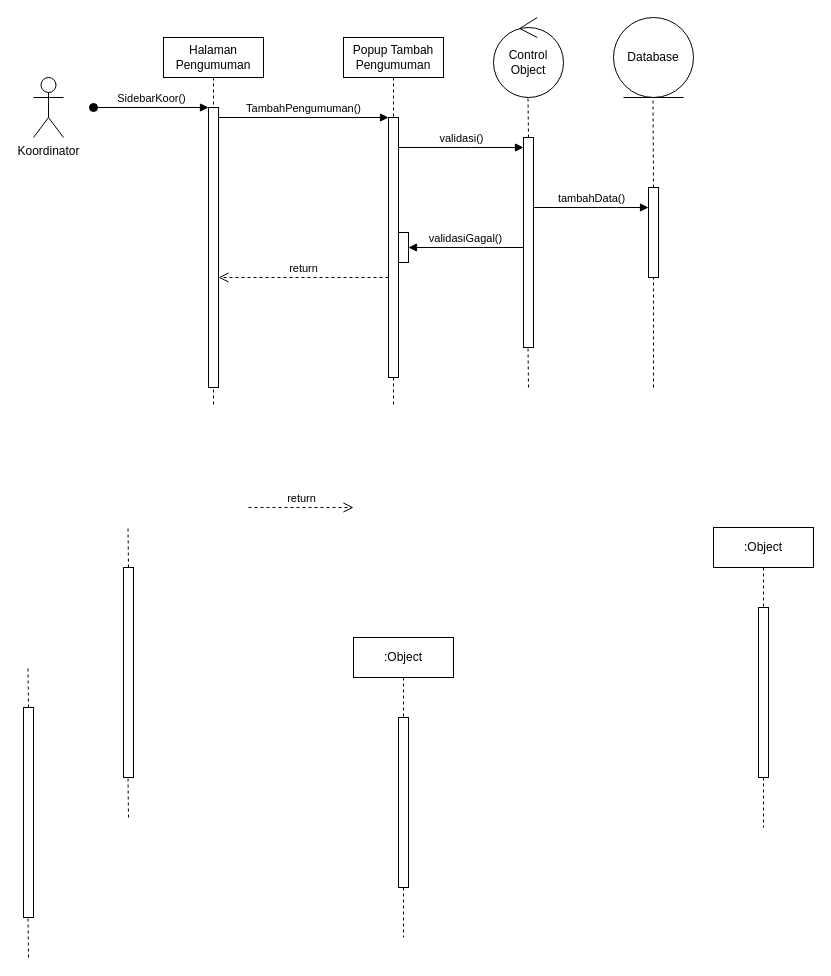
Earlier version of the draw.io diagram Website Bimbingan Online/Sequence Diagram/pengumuman.drawio (BagusCPaste/draw.io). Source tidied: cells renumbered, new cells numbered last; positions are measured from the earlier drawing's top-left corner, leaving out a move shared by most shapes. Both pictures are drawn from the tidied source at 100%, with x=0, y=0 at pixel (23, 17).
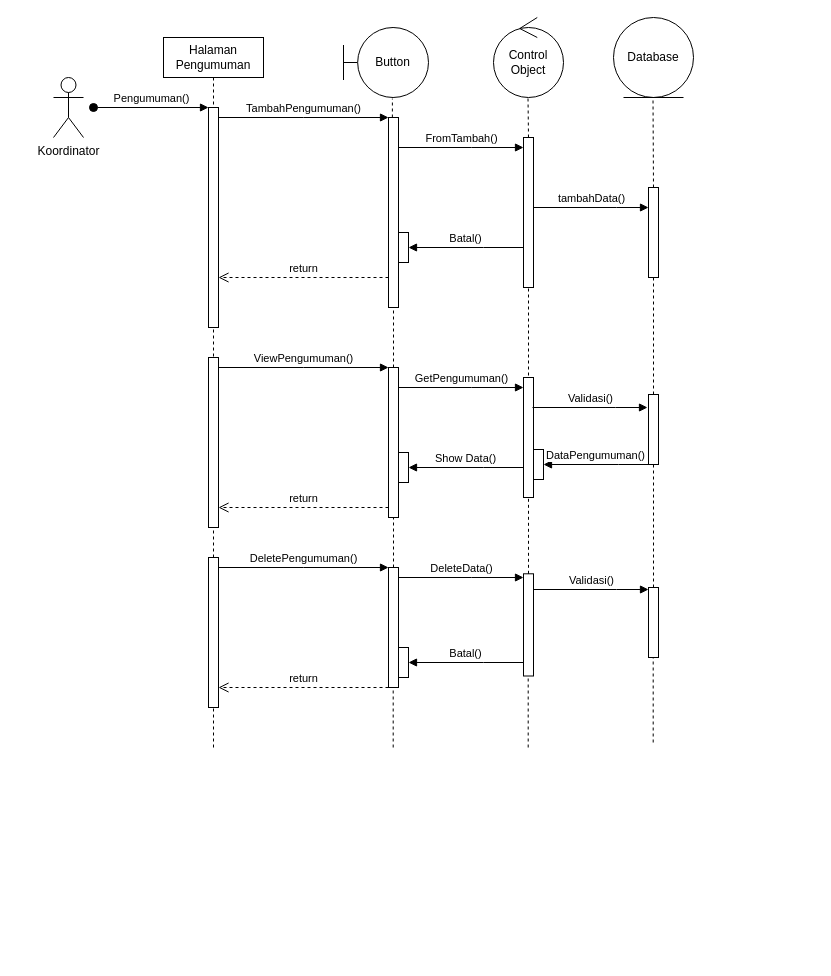
The same diagram, later.

Unchanged cells that the change refers to:
```xml
<mxCell id="2" value="Halaman Pengumuman" style="shape=umlLifeline;perimeter=lifelinePerimeter;whiteSpace=wrap;html=1;newEdgeStyle={&quot;edgeStyle&quot;:&quot;elbowEdgeStyle&quot;,&quot;elbow&quot;:&quot;vertical&quot;,&quot;curved&quot;:0,&quot;rounded&quot;:0};" parent="1" vertex="1">
  <mxGeometry x="140" y="20" width="100" height="370" as="geometry" />
</mxCell>
<mxCell id="19" style="group;" parent="18" vertex="1">
  <mxGeometry y="40" width="10" height="250" as="geometry" />
</mxCell>
```

What changed in the source:
```diff
@@
     <mxCell id="3" style="html=1;points=[];perimeter=orthogonalPerimeter;outlineConnect=0;targetShapes=umlLifeline;portConstraint=eastwest;newEdgeStyle={&quot;edgeStyle&quot;:&quot;elbowEdgeStyle&quot;,&quot;elbow&quot;:&quot;vertical&quot;,&quot;curved&quot;:0,&quot;rounded&quot;:0};" parent="2" vertex="1">
-      <mxGeometry x="45" y="70" width="10" height="280" as="geometry" />
+      <mxGeometry x="45" y="70" width="10" height="220" as="geometry" />
     </mxCell>
-    <mxCell id="4" value="SidebarKoor()" style="html=1;verticalAlign=bottom;startArrow=oval;endArrow=block;startSize=8;edgeStyle=elbowEdgeStyle;elbow=vertical;curved=0;rounded=0;" parent="2" edge="1" target="3">
+    <mxCell id="4" value="Pengumuman()" style="html=1;verticalAlign=bottom;startArrow=oval;endArrow=block;startSize=8;edgeStyle=elbowEdgeStyle;elbow=vertical;curved=0;rounded=0;" parent="2" edge="1" target="3">
       <mxGeometry relative="1" as="geometry">
         <mxPoint x="-70" y="70" as="sourcePoint" />
       </mxGeometry>
     </mxCell>
-    <mxCell id="5" value="Popup Tambah Pengumuman" style="shape=umlLifeline;perimeter=lifelinePerimeter;whiteSpace=wrap;html=1;newEdgeStyle={&quot;edgeStyle&quot;:&quot;elbowEdgeStyle&quot;,&quot;elbow&quot;:&quot;vertical&quot;,&quot;curved&quot;:0,&quot;rounded&quot;:0};" parent="1" vertex="1">
-      <mxGeometry x="320" y="20" width="100" height="370" as="geometry" />
-    </mxCell>
-    <mxCell id="6" style="html=1;points=[];perimeter=orthogonalPerimeter;outlineConnect=0;targetShapes=umlLifeline;portConstraint=eastwest;newEdgeStyle={&quot;edgeStyle&quot;:&quot;elbowEdgeStyle&quot;,&quot;elbow&quot;:&quot;vertical&quot;,&quot;curved&quot;:0,&quot;rounded&quot;:0};" parent="5" vertex="1">
-      <mxGeometry x="45" y="80" width="10" height="260" as="geometry" />
-    </mxCell>
-    <mxCell id="7" style="html=1;points=[[0,0,0,0,5],[0,1,0,0,-5],[1,0,0,0,5],[1,1,0,0,-5]];perimeter=orthogonalPerimeter;outlineConnect=0;targetShapes=umlLifeline;portConstraint=eastwest;newEdgeStyle={&quot;curved&quot;:0,&quot;rounded&quot;:0};" parent="5" vertex="1">
-      <mxGeometry x="55" y="195" width="10" height="30" as="geometry" />
-    </mxCell>
@@
-    <mxCell id="10" value="return" style="html=1;verticalAlign=bottom;endArrow=open;dashed=1;endSize=8;edgeStyle=elbowEdgeStyle;elbow=vertical;curved=0;rounded=0;" parent="1" edge="1">
-      <mxGeometry relative="1" as="geometry">
-        <mxPoint x="225" y="490" as="sourcePoint" />
-        <mxPoint x="330" y="490" as="targetPoint" />
-        <Array as="points">
-          <mxPoint x="245" y="490" />
-        </Array>
-      </mxGeometry>
-    </mxCell>
     <mxCell id="11" value="Koordinator" style="shape=umlActor;verticalLabelPosition=bottom;verticalAlign=top;html=1;" parent="1" vertex="1">
-      <mxGeometry x="10" y="60" width="30" height="60" as="geometry" />
+      <mxGeometry x="30" y="60" width="30" height="60" as="geometry" />
     </mxCell>
-    <mxCell id="12" value=":Object" style="shape=umlLifeline;perimeter=lifelinePerimeter;whiteSpace=wrap;html=1;newEdgeStyle={&quot;edgeStyle&quot;:&quot;elbowEdgeStyle&quot;,&quot;elbow&quot;:&quot;vertical&quot;,&quot;curved&quot;:0,&quot;rounded&quot;:0};" parent="1" vertex="1">
-      <mxGeometry x="330" y="620" width="100" height="300" as="geometry" />
-    </mxCell>
-    <mxCell id="13" style="html=1;perimeter=orthogonalPerimeter;targetShapes=umlLifeline;newEdgeStyle={&quot;edgeStyle&quot;:&quot;elbowEdgeStyle&quot;,&quot;elbow&quot;:&quot;vertical&quot;,&quot;curved&quot;:0,&quot;rounded&quot;:0};" parent="12" vertex="1">
-      <mxGeometry x="45" y="80" width="10" height="170" as="geometry" />
-    </mxCell>
-    <mxCell id="14" value=":Object" style="shape=umlLifeline;perimeter=lifelinePerimeter;whiteSpace=wrap;html=1;newEdgeStyle={&quot;edgeStyle&quot;:&quot;elbowEdgeStyle&quot;,&quot;elbow&quot;:&quot;vertical&quot;,&quot;curved&quot;:0,&quot;rounded&quot;:0};" parent="1" vertex="1">
-      <mxGeometry x="690" y="510" width="100" height="300" as="geometry" />
-    </mxCell>
-    <mxCell id="15" style="html=1;perimeter=orthogonalPerimeter;targetShapes=umlLifeline;newEdgeStyle={&quot;edgeStyle&quot;:&quot;elbowEdgeStyle&quot;,&quot;elbow&quot;:&quot;vertical&quot;,&quot;curved&quot;:0,&quot;rounded&quot;:0};" parent="14" vertex="1">
-      <mxGeometry x="45" y="80" width="10" height="170" as="geometry" />
-    </mxCell>
@@
     <mxCell id="20" style="html=1;points=[[0,0,0,0,5],[0,1,0,0,-5],[1,0,0,0,5],[1,1,0,0,-5]];perimeter=orthogonalPerimeter;outlineConnect=0;targetShapes=umlLifeline;portConstraint=eastwest;newEdgeStyle={&quot;curved&quot;:0,&quot;rounded&quot;:0};" parent="19" vertex="1">
-      <mxGeometry width="10" height="210" as="geometry" />
+      <mxGeometry width="10" height="150" as="geometry" />
     </mxCell>
-    <mxCell id="21" style="endArrow=none;dashed=1;html=1;rounded=0;" parent="19" edge="1">
+    <mxCell id="21" style="endArrow=none;dashed=1;html=1;rounded=0;" parent="19" edge="1" target="20">
       <mxGeometry relative="1" as="geometry">
         <mxPoint x="5" y="250" as="sourcePoint" />
-        <mxPoint x="4.5" y="210" as="targetPoint" />
       </mxGeometry>
     </mxCell>
@@
-    <mxCell id="23" style="group;" parent="1" vertex="1">
-      <mxGeometry y="650" width="10" height="290" as="geometry" />
-    </mxCell>
-    <mxCell id="24" style="group;" parent="23" vertex="1">
-      <mxGeometry y="40" width="10" height="250" as="geometry" />
-    </mxCell>
-    <mxCell id="25" style="html=1;perimeter=orthogonalPerimeter;targetShapes=umlLifeline;newEdgeStyle={&quot;curved&quot;:0,&quot;rounded&quot;:0};" parent="24" vertex="1">
-      <mxGeometry width="10" height="210" as="geometry" />
-    </mxCell>
-    <mxCell id="26" style="endArrow=none;dashed=1;html=1;rounded=0;" parent="24" edge="1">
-      <mxGeometry relative="1" as="geometry">
-        <mxPoint x="5" y="250" as="sourcePoint" />
-        <mxPoint x="4.5" y="210" as="targetPoint" />
-      </mxGeometry>
-    </mxCell>
-    <mxCell id="27" style="endArrow=none;dashed=1;html=1;rounded=0;" parent="23" edge="1">
-      <mxGeometry relative="1" as="geometry">
-        <mxPoint x="5" y="40" as="sourcePoint" />
-        <mxPoint x="4.5" as="targetPoint" />
-      </mxGeometry>
-    </mxCell>
-    <mxCell id="28" style="group;" parent="1" vertex="1">
-      <mxGeometry x="100" y="510" width="10" height="290" as="geometry" />
-    </mxCell>
-    <mxCell id="29" style="group;" parent="28" vertex="1">
-      <mxGeometry y="40" width="10" height="250" as="geometry" />
-    </mxCell>
-    <mxCell id="30" style="html=1;perimeter=orthogonalPerimeter;targetShapes=umlLifeline;newEdgeStyle={&quot;curved&quot;:0,&quot;rounded&quot;:0};" parent="29" vertex="1">
-      <mxGeometry width="10" height="210" as="geometry" />
-    </mxCell>
-    <mxCell id="31" style="endArrow=none;dashed=1;html=1;rounded=0;" parent="29" edge="1">
-      <mxGeometry relative="1" as="geometry">
-        <mxPoint x="5" y="250" as="sourcePoint" />
-        <mxPoint x="4.5" y="210" as="targetPoint" />
-      </mxGeometry>
-    </mxCell>
-    <mxCell id="32" style="endArrow=none;dashed=1;html=1;rounded=0;" parent="28" edge="1">
-      <mxGeometry relative="1" as="geometry">
-        <mxPoint x="5" y="40" as="sourcePoint" />
-        <mxPoint x="4.5" as="targetPoint" />
-      </mxGeometry>
-    </mxCell>
-    <mxCell id="33" value="validasi()" style="html=1;verticalAlign=bottom;endArrow=block;edgeStyle=elbowEdgeStyle;elbow=vertical;curved=0;rounded=0;" parent="1" edge="1">
+    <mxCell id="33" value="FromTambah()" style="html=1;verticalAlign=bottom;endArrow=block;edgeStyle=elbowEdgeStyle;elbow=vertical;curved=0;rounded=0;" parent="1" edge="1">
       <mxGeometry relative="1" as="geometry">
         <mxPoint x="375" y="130" as="sourcePoint" />
         <mxPoint x="500" y="130" as="targetPoint" />
         <Array as="points">
           <mxPoint x="448" y="130" />
         </Array>
       </mxGeometry>
     </mxCell>
@@
-    <mxCell id="36" style="group;" parent="1" vertex="1">
-      <mxGeometry x="645" y="130" width="75" height="250" as="geometry" />
-    </mxCell>
+    <mxCell id="39" style="endArrow=none;dashed=1;html=1;rounded=0;" parent="1" edge="1">
+      <mxGeometry relative="1" as="geometry">
+        <mxPoint x="630" y="170" as="sourcePoint" />
+        <mxPoint x="629.5" y="80" as="targetPoint" />
+      </mxGeometry>
+    </mxCell>
+    <mxCell id="40" value="Batal()" style="html=1;verticalAlign=bottom;endArrow=block;edgeStyle=elbowEdgeStyle;elbow=horizontal;curved=0;rounded=0;" parent="1" edge="1" target="7">
+      <mxGeometry relative="1" as="geometry">
+        <mxPoint x="500" y="230" as="sourcePoint" />
+        <Array as="points">
+          <mxPoint x="460" y="230" />
+        </Array>
+      </mxGeometry>
+    </mxCell>
+    <mxCell id="41" style="html=1;points=[];perimeter=orthogonalPerimeter;outlineConnect=0;targetShapes=umlLifeline;portConstraint=eastwest;newEdgeStyle={&quot;edgeStyle&quot;:&quot;elbowEdgeStyle&quot;,&quot;elbow&quot;:&quot;vertical&quot;,&quot;curved&quot;:0,&quot;rounded&quot;:0};" parent="1" vertex="1">
+      <mxGeometry x="185" y="340" width="10" height="170" as="geometry" />
+    </mxCell>
+    <mxCell id="42" value="ViewPengumuman()" style="html=1;verticalAlign=bottom;endArrow=block;edgeStyle=elbowEdgeStyle;elbow=vertical;curved=0;rounded=0;" parent="1" edge="1">
+      <mxGeometry relative="1" as="geometry">
+        <mxPoint x="195" y="350" as="sourcePoint" />
+        <mxPoint x="365" y="350" as="targetPoint" />
+        <Array as="points">
+          <mxPoint x="280" y="350" />
+        </Array>
+      </mxGeometry>
+    </mxCell>
+    <mxCell id="43" style="html=1;points=[];perimeter=orthogonalPerimeter;outlineConnect=0;targetShapes=umlLifeline;portConstraint=eastwest;newEdgeStyle={&quot;edgeStyle&quot;:&quot;elbowEdgeStyle&quot;,&quot;elbow&quot;:&quot;vertical&quot;,&quot;curved&quot;:0,&quot;rounded&quot;:0};" parent="1" vertex="1">
+      <mxGeometry x="365" y="350" width="10" height="150" as="geometry" />
+    </mxCell>
+    <mxCell id="44" style="group;" parent="1" vertex="1">
+      <mxGeometry x="500" y="360" width="10" height="370" as="geometry" />
+    </mxCell>
+    <mxCell id="45" style="html=1;points=[[0,0,0,0,5],[0,1,0,0,-5],[1,0,0,0,5],[1,1,0,0,-5]];perimeter=orthogonalPerimeter;outlineConnect=0;targetShapes=umlLifeline;portConstraint=eastwest;newEdgeStyle={&quot;curved&quot;:0,&quot;rounded&quot;:0};" parent="44" vertex="1">
+      <mxGeometry width="10" height="120" as="geometry" />
+    </mxCell>
+    <mxCell id="46" style="group;" parent="44" vertex="1">
+      <mxGeometry y="135" width="10" height="235" as="geometry" />
+    </mxCell>
+    <mxCell id="47" style="html=1;points=[];perimeter=orthogonalPerimeter;outlineConnect=0;targetShapes=umlLifeline;portConstraint=eastwest;newEdgeStyle={&quot;edgeStyle&quot;:&quot;elbowEdgeStyle&quot;,&quot;elbow&quot;:&quot;vertical&quot;,&quot;curved&quot;:0,&quot;rounded&quot;:0};" parent="46" vertex="1">
+      <mxGeometry y="61.3" width="10" height="102.2" as="geometry" />
+    </mxCell>
+    <mxCell id="48" style="endArrow=none;dashed=1;html=1;rounded=0;" parent="46" edge="1" target="47">
+      <mxGeometry relative="1" as="geometry">
+        <mxPoint x="4.7" y="235" as="sourcePoint" />
+      </mxGeometry>
+    </mxCell>
+    <mxCell id="49" style="endArrow=none;dashed=1;html=1;rounded=0;" parent="44" edge="1" source="47" target="45">
+      <mxGeometry relative="1" as="geometry" />
+    </mxCell>
-    <mxCell id="37" style="endArrow=none;dashed=1;html=1;rounded=0;" parent="36" edge="1" target="38">
-      <mxGeometry relative="1" as="geometry">
-        <mxPoint x="-15" y="240" as="sourcePoint" />
-      </mxGeometry>
+    <mxCell id="37" style="endArrow=none;dashed=1;html=1;rounded=0;" parent="1" edge="1" source="50" target="38">
+      <mxGeometry relative="1" as="geometry" />
     </mxCell>
-    <mxCell id="38" style="html=1;points=[[0,0,0,0,5],[0,1,0,0,-5],[1,0,0,0,5],[1,1,0,0,-5]];perimeter=orthogonalPerimeter;outlineConnect=0;targetShapes=umlLifeline;portConstraint=eastwest;newEdgeStyle={&quot;curved&quot;:0,&quot;rounded&quot;:0};" parent="36" vertex="1">
-      <mxGeometry x="-20" y="40" width="10" height="90" as="geometry" />
+    <mxCell id="38" style="html=1;points=[[0,0,0,0,5],[0,1,0,0,-5],[1,0,0,0,5],[1,1,0,0,-5]];perimeter=orthogonalPerimeter;outlineConnect=0;targetShapes=umlLifeline;portConstraint=eastwest;newEdgeStyle={&quot;curved&quot;:0,&quot;rounded&quot;:0};" parent="1" vertex="1">
+      <mxGeometry x="625" y="170" width="10" height="90" as="geometry" />
     </mxCell>
-    <mxCell id="39" style="endArrow=none;dashed=1;html=1;rounded=0;" parent="1" edge="1">
-      <mxGeometry relative="1" as="geometry">
-        <mxPoint x="630" y="170" as="sourcePoint" />
-        <mxPoint x="629.5" y="80" as="targetPoint" />
-      </mxGeometry>
-    </mxCell>
-    <mxCell id="40" value="validasiGagal()" style="html=1;verticalAlign=bottom;endArrow=block;edgeStyle=elbowEdgeStyle;elbow=horizontal;curved=0;rounded=0;" parent="1" edge="1" target="7">
-      <mxGeometry relative="1" as="geometry">
-        <mxPoint x="500" y="230" as="sourcePoint" />
-        <Array as="points">
-          <mxPoint x="460" y="230" />
-        </Array>
-      </mxGeometry>
-    </mxCell>
+    <mxCell id="50" style="html=1;points=[[0,0,0,0,5],[0,1,0,0,-5],[1,0,0,0,5],[1,1,0,0,-5]];perimeter=orthogonalPerimeter;outlineConnect=0;targetShapes=umlLifeline;portConstraint=eastwest;newEdgeStyle={&quot;curved&quot;:0,&quot;rounded&quot;:0};" parent="1" vertex="1">
+      <mxGeometry x="625" y="377" width="10" height="70" as="geometry" />
+    </mxCell>
+    <mxCell id="51" style="html=1;points=[];perimeter=orthogonalPerimeter;outlineConnect=0;targetShapes=umlLifeline;portConstraint=eastwest;newEdgeStyle={&quot;edgeStyle&quot;:&quot;elbowEdgeStyle&quot;,&quot;elbow&quot;:&quot;vertical&quot;,&quot;curved&quot;:0,&quot;rounded&quot;:0};" parent="1" vertex="1">
+      <mxGeometry x="185" y="540" width="10" height="150" as="geometry" />
+    </mxCell>
+    <mxCell id="52" style="endArrow=none;dashed=1;html=1;rounded=0;" parent="1" edge="1" source="51" target="41">
+      <mxGeometry relative="1" as="geometry" />
+    </mxCell>
+    <mxCell id="53" value="DeletePengumuman()" style="html=1;verticalAlign=bottom;endArrow=block;edgeStyle=elbowEdgeStyle;elbow=vertical;curved=0;rounded=0;" parent="1" edge="1">
+      <mxGeometry relative="1" as="geometry">
+        <mxPoint x="195" y="550" as="sourcePoint" />
+        <mxPoint x="365" y="550" as="targetPoint" />
+        <Array as="points">
+          <mxPoint x="280" y="550" />
+        </Array>
+      </mxGeometry>
+    </mxCell>
+    <mxCell id="54" style="endArrow=none;dashed=1;html=1;rounded=0;" parent="1" edge="1" target="51">
+      <mxGeometry relative="1" as="geometry">
+        <mxPoint x="190" y="730" as="sourcePoint" />
+      </mxGeometry>
+    </mxCell>
+    <mxCell id="55" style="html=1;points=[];perimeter=orthogonalPerimeter;outlineConnect=0;targetShapes=umlLifeline;portConstraint=eastwest;newEdgeStyle={&quot;edgeStyle&quot;:&quot;elbowEdgeStyle&quot;,&quot;elbow&quot;:&quot;vertical&quot;,&quot;curved&quot;:0,&quot;rounded&quot;:0};" parent="1" vertex="1">
+      <mxGeometry x="365" y="550" width="10" height="120" as="geometry" />
+    </mxCell>
+    <mxCell id="56" style="endArrow=none;dashed=1;html=1;rounded=0;" parent="1" edge="1" source="55" target="43">
+      <mxGeometry relative="1" as="geometry" />
+    </mxCell>
+    <mxCell id="57" style="endArrow=none;dashed=1;html=1;rounded=0;" parent="1" edge="1" target="55">
+      <mxGeometry relative="1" as="geometry">
+        <mxPoint x="369.7" y="730" as="sourcePoint" />
+      </mxGeometry>
+    </mxCell>
+    <mxCell id="58" style="html=1;points=[];perimeter=orthogonalPerimeter;outlineConnect=0;targetShapes=umlLifeline;portConstraint=eastwest;newEdgeStyle={&quot;edgeStyle&quot;:&quot;elbowEdgeStyle&quot;,&quot;elbow&quot;:&quot;vertical&quot;,&quot;curved&quot;:0,&quot;rounded&quot;:0};" parent="1" vertex="1">
+      <mxGeometry x="625" y="570" width="10" height="70" as="geometry" />
+    </mxCell>
+    <mxCell id="59" style="endArrow=none;dashed=1;html=1;rounded=0;" parent="1" edge="1" source="58" target="50">
+      <mxGeometry relative="1" as="geometry" />
+    </mxCell>
+    <mxCell id="60" style="endArrow=none;dashed=1;html=1;rounded=0;" parent="1" edge="1" target="58">
+      <mxGeometry relative="1" as="geometry">
+        <mxPoint x="629.7" y="725" as="sourcePoint" />
+      </mxGeometry>
+    </mxCell>
+    <mxCell id="61" value="Button" style="shape=umlBoundary;whiteSpace=wrap;html=1;" parent="1" vertex="1">
+      <mxGeometry x="320" y="10" width="85" height="70" as="geometry" />
+    </mxCell>
+    <mxCell id="6" style="html=1;points=[];perimeter=orthogonalPerimeter;outlineConnect=0;targetShapes=umlLifeline;portConstraint=eastwest;newEdgeStyle={&quot;edgeStyle&quot;:&quot;elbowEdgeStyle&quot;,&quot;elbow&quot;:&quot;vertical&quot;,&quot;curved&quot;:0,&quot;rounded&quot;:0};" parent="1" vertex="1">
+      <mxGeometry x="365" y="100" width="10" height="190" as="geometry" />
+    </mxCell>
+    <mxCell id="7" style="html=1;points=[[0,0,0,0,5],[0,1,0,0,-5],[1,0,0,0,5],[1,1,0,0,-5]];perimeter=orthogonalPerimeter;outlineConnect=0;targetShapes=umlLifeline;portConstraint=eastwest;newEdgeStyle={&quot;curved&quot;:0,&quot;rounded&quot;:0};" parent="1" vertex="1">
+      <mxGeometry x="375" y="215" width="10" height="30" as="geometry" />
+    </mxCell>
+    <mxCell id="62" style="endArrow=none;dashed=1;html=1;rounded=0;" parent="1" edge="1" source="43" target="6">
+      <mxGeometry relative="1" as="geometry" />
+    </mxCell>
+    <mxCell id="63" style="endArrow=none;dashed=1;html=1;rounded=0;entryX=0.575;entryY=1.016;entryDx=0;entryDy=0;entryPerimeter=0;" parent="1" edge="1" source="6" target="61">
+      <mxGeometry relative="1" as="geometry" />
+    </mxCell>
+    <mxCell id="64" value="Show Data()" style="html=1;verticalAlign=bottom;endArrow=block;edgeStyle=elbowEdgeStyle;elbow=horizontal;curved=0;rounded=0;" parent="1" edge="1" target="65">
+      <mxGeometry relative="1" as="geometry">
+        <mxPoint x="500" y="450" as="sourcePoint" />
+        <Array as="points">
+          <mxPoint x="460" y="450" />
+        </Array>
+      </mxGeometry>
+    </mxCell>
+    <mxCell id="65" style="html=1;points=[[0,0,0,0,5],[0,1,0,0,-5],[1,0,0,0,5],[1,1,0,0,-5]];perimeter=orthogonalPerimeter;outlineConnect=0;targetShapes=umlLifeline;portConstraint=eastwest;newEdgeStyle={&quot;curved&quot;:0,&quot;rounded&quot;:0};" parent="1" vertex="1">
+      <mxGeometry x="375" y="435" width="10" height="30" as="geometry" />
+    </mxCell>
+    <mxCell id="66" value="Batal()" style="html=1;verticalAlign=bottom;endArrow=block;edgeStyle=elbowEdgeStyle;elbow=vertical;curved=0;rounded=0;" parent="1" edge="1" target="67">
+      <mxGeometry relative="1" as="geometry">
+        <mxPoint x="500" y="645" as="sourcePoint" />
+        <Array as="points">
+          <mxPoint x="460" y="645" />
+        </Array>
+      </mxGeometry>
+    </mxCell>
+    <mxCell id="67" style="html=1;points=[[0,0,0,0,5],[0,1,0,0,-5],[1,0,0,0,5],[1,1,0,0,-5]];perimeter=orthogonalPerimeter;outlineConnect=0;targetShapes=umlLifeline;portConstraint=eastwest;newEdgeStyle={&quot;curved&quot;:0,&quot;rounded&quot;:0};" parent="1" vertex="1">
+      <mxGeometry x="375" y="630" width="10" height="30" as="geometry" />
+    </mxCell>
+    <mxCell id="68" value="DataPengumuman()" style="html=1;verticalAlign=bottom;endArrow=block;edgeStyle=elbowEdgeStyle;elbow=vertical;curved=0;rounded=0;" parent="1" edge="1" target="69">
+      <mxGeometry relative="1" as="geometry">
+        <mxPoint x="625" y="447" as="sourcePoint" />
+        <Array as="points">
+          <mxPoint x="595" y="447" />
+        </Array>
+      </mxGeometry>
+    </mxCell>
+    <mxCell id="69" style="html=1;points=[[0,0,0,0,5],[0,1,0,0,-5],[1,0,0,0,5],[1,1,0,0,-5]];perimeter=orthogonalPerimeter;outlineConnect=0;targetShapes=umlLifeline;portConstraint=eastwest;newEdgeStyle={&quot;curved&quot;:0,&quot;rounded&quot;:0};" parent="1" vertex="1">
+      <mxGeometry x="510" y="432" width="10" height="30" as="geometry" />
+    </mxCell>
+    <mxCell id="70" value="return" style="html=1;verticalAlign=bottom;endArrow=open;dashed=1;endSize=8;edgeStyle=elbowEdgeStyle;elbow=vertical;curved=0;rounded=0;" parent="1" edge="1">
+      <mxGeometry relative="1" as="geometry">
+        <mxPoint x="365" y="490" as="sourcePoint" />
+        <mxPoint x="195" y="490" as="targetPoint" />
+        <Array as="points">
+          <mxPoint x="290" y="490" />
+        </Array>
+      </mxGeometry>
+    </mxCell>
+    <mxCell id="71" value="return" style="html=1;verticalAlign=bottom;endArrow=open;dashed=1;endSize=8;edgeStyle=elbowEdgeStyle;elbow=vertical;curved=0;rounded=0;" parent="1" edge="1">
+      <mxGeometry relative="1" as="geometry">
+        <mxPoint x="365" y="670" as="sourcePoint" />
+        <mxPoint x="195" y="670" as="targetPoint" />
+        <Array as="points">
+          <mxPoint x="290" y="670" />
+        </Array>
+      </mxGeometry>
+    </mxCell>
+    <mxCell id="72" value="Validasi()" style="html=1;verticalAlign=bottom;endArrow=block;edgeStyle=elbowEdgeStyle;elbow=vertical;curved=0;rounded=0;" parent="1" edge="1">
+      <mxGeometry relative="1" as="geometry">
+        <mxPoint x="509" y="390" as="sourcePoint" />
+        <mxPoint x="624" y="390" as="targetPoint" />
+        <Array as="points">
+          <mxPoint x="592" y="390" />
+        </Array>
+      </mxGeometry>
+    </mxCell>
+    <mxCell id="73" value="GetPengumuman()" style="html=1;verticalAlign=bottom;endArrow=block;edgeStyle=elbowEdgeStyle;elbow=vertical;curved=0;rounded=0;" parent="1" edge="1">
+      <mxGeometry relative="1" as="geometry">
+        <mxPoint x="375" y="370" as="sourcePoint" />
+        <mxPoint x="500" y="370" as="targetPoint" />
+        <Array as="points">
+          <mxPoint x="448" y="370" />
+        </Array>
+      </mxGeometry>
+    </mxCell>
+    <mxCell id="74" value="Validasi()" style="html=1;verticalAlign=bottom;endArrow=block;edgeStyle=elbowEdgeStyle;elbow=vertical;curved=0;rounded=0;" parent="1" edge="1">
+      <mxGeometry relative="1" as="geometry">
+        <mxPoint x="510" y="572" as="sourcePoint" />
+        <mxPoint x="625" y="572" as="targetPoint" />
+        <Array as="points">
+          <mxPoint x="593" y="572" />
+        </Array>
+      </mxGeometry>
+    </mxCell>
+    <mxCell id="75" value="DeleteData()" style="html=1;verticalAlign=bottom;endArrow=block;edgeStyle=elbowEdgeStyle;elbow=horizontal;curved=0;rounded=0;" parent="1" edge="1">
+      <mxGeometry relative="1" as="geometry">
+        <mxPoint x="375" y="560" as="sourcePoint" />
+        <mxPoint x="500" y="560" as="targetPoint" />
+        <Array as="points">
+          <mxPoint x="448" y="560" />
+        </Array>
+      </mxGeometry>
+    </mxCell>
```
